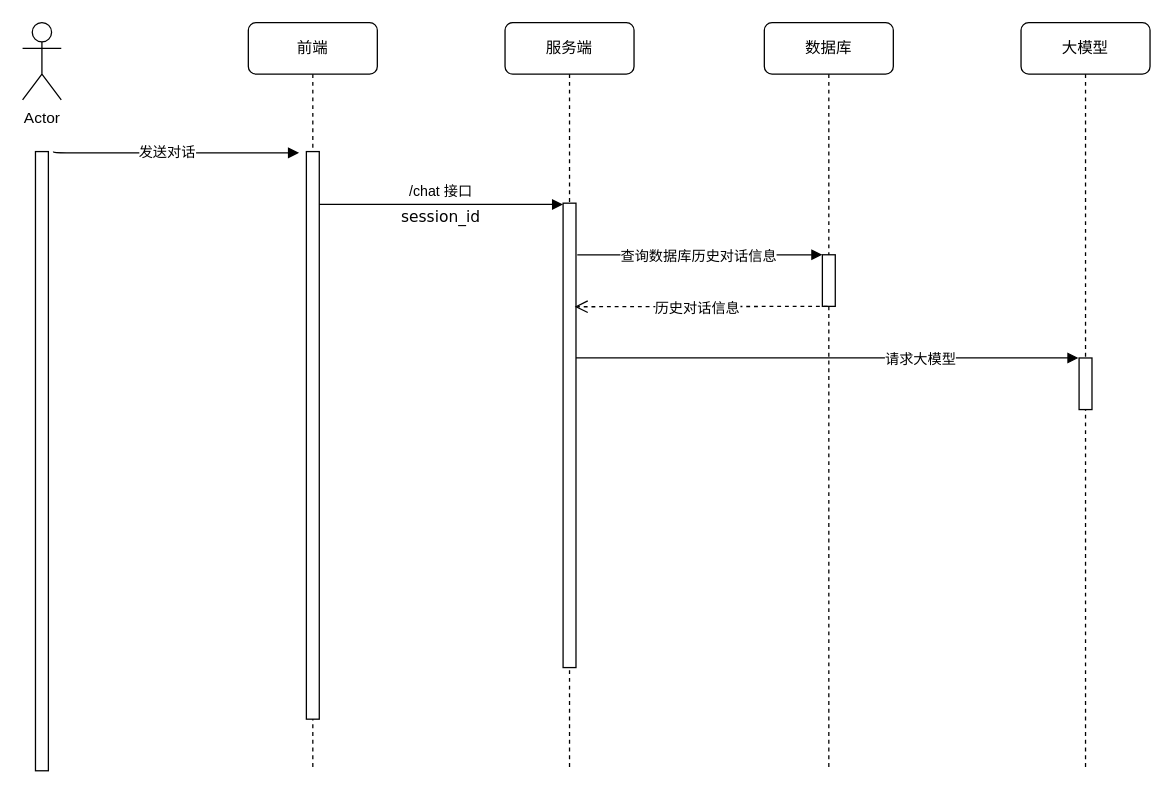
Before: agent-用户对话时序图.drawio in huaxiaojilzg/workflow_draw, a draw.io diagram. Source tidied: cells renumbered, new cells numbered last; positions are measured from the earlier drawing's top-left corner, leaving out a move shared by most shapes. Both pictures are drawn from the tidied source at 129%, with x=0, y=0 at pixel (22, 22).
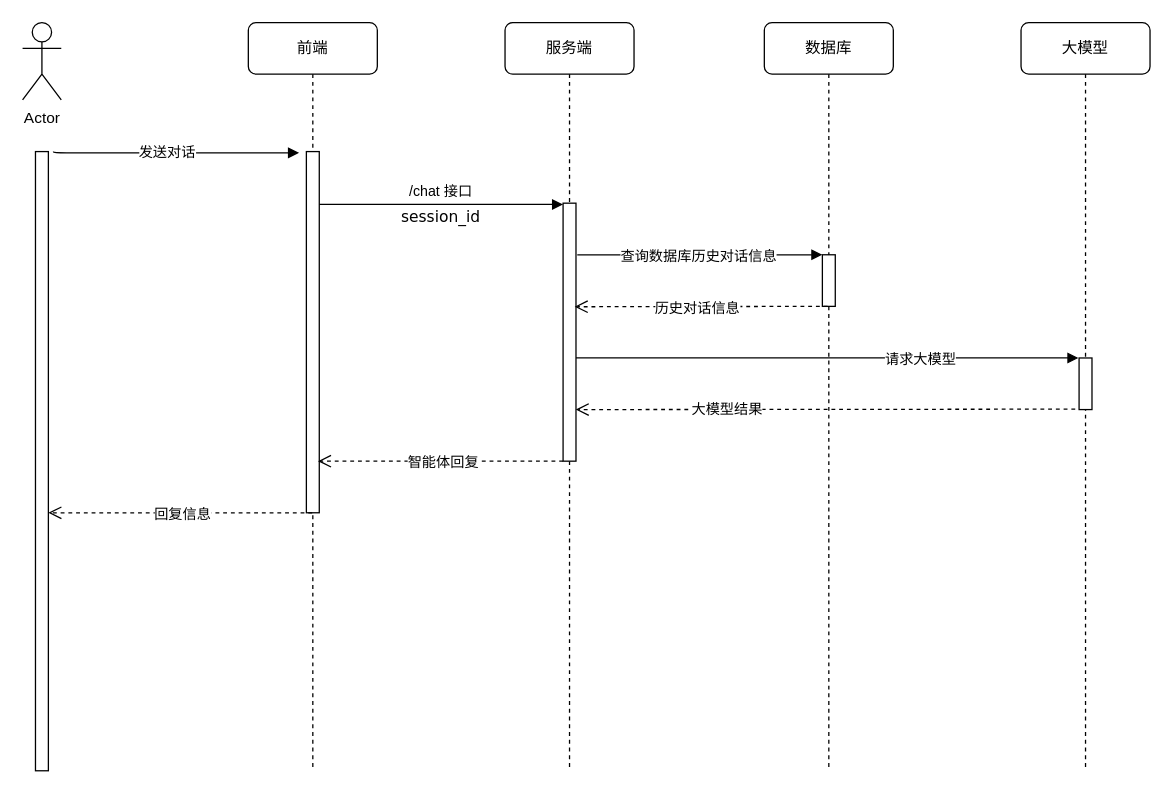
The same page after the edit.

Commit message (it also covers changes not shown here):
更新agent-用户对话时序图.drawio

The change refers to these unchanged cells:
```xml
<mxCell id="2" value="服务端" style="shape=umlLifeline;perimeter=lifelinePerimeter;whiteSpace=wrap;html=1;rounded=1;shadow=0;comic=0;labelBackgroundColor=none;strokeWidth=1;fontFamily=Verdana;fontSize=12;align=center;" parent="1" vertex="1">
  <mxGeometry x="374" width="100" height="580" as="geometry" />
</mxCell>
<mxCell id="12" value="前端" style="shape=umlLifeline;perimeter=lifelinePerimeter;whiteSpace=wrap;html=1;outlineConnect=0;rounded=1;shadow=0;comic=0;labelBackgroundColor=none;strokeWidth=1;fontFamily=Verdana;fontSize=12;align=center;" parent="1" vertex="1">
  <mxGeometry x="175" width="100" height="580" as="geometry" />
</mxCell>
<mxCell id="14" value="数据库" style="shape=umlLifeline;perimeter=lifelinePerimeter;whiteSpace=wrap;html=1;rounded=1;shadow=0;comic=0;labelBackgroundColor=none;strokeWidth=1;fontFamily=Verdana;fontSize=12;align=center;" parent="1" vertex="1">
  <mxGeometry x="575" width="100" height="580" as="geometry" />
</mxCell>
<mxCell id="21" style="html=1;points=[];perimeter=orthogonalPerimeter;rounded=0;shadow=0;comic=0;labelBackgroundColor=none;strokeWidth=1;fontFamily=Verdana;fontSize=12;align=center;" parent="20" vertex="1">
  <mxGeometry x="45" y="260" width="10" height="40" as="geometry" />
</mxCell>
```

Change to the diagram source:
```diff
@@
     <mxCell id="5" style="html=1;perimeter=orthogonalPerimeter;rounded=0;shadow=0;comic=0;labelBackgroundColor=none;strokeWidth=1;fontFamily=Verdana;fontSize=12;align=center;" parent="2" vertex="1">
-      <mxGeometry x="45" y="140" width="10" height="360" as="geometry" />
+      <mxGeometry x="45" y="140" width="10" height="200" as="geometry" />
     </mxCell>
@@
     <mxCell id="13" style="html=1;perimeter=orthogonalPerimeter;rounded=0;shadow=0;comic=0;labelBackgroundColor=none;strokeWidth=1;fontFamily=Verdana;fontSize=12;align=center;" parent="12" vertex="1">
-      <mxGeometry x="45" y="100" width="10" height="440" as="geometry" />
+      <mxGeometry x="45" y="100" width="10" height="280" as="geometry" />
     </mxCell>
@@
+    <mxCell id="22" style="html=1;verticalAlign=bottom;endArrow=open;dashed=1;endSize=8;labelBackgroundColor=none;fontFamily=Verdana;fontSize=12;exitX=-0.299;exitY=0.992;exitDx=0;exitDy=0;exitPerimeter=0;" parent="14" edge="1" source="21">
+      <mxGeometry x="-0.18" y="50" relative="1" as="geometry">
+        <mxPoint x="-146.2" y="300" as="targetPoint" />
+      </mxGeometry>
+    </mxCell>
+    <mxCell id="23" value="大模型结果" style="edgeLabel;html=1;align=center;verticalAlign=middle;" parent="22" vertex="1">
+      <mxGeometry x="0.04" y="1" relative="1" as="geometry">
+        <mxPoint x="-70" y="-1" as="offset" />
+      </mxGeometry>
+    </mxCell>
@@
+    <mxCell id="24" style="html=1;verticalAlign=bottom;endArrow=open;dashed=1;endSize=8;labelBackgroundColor=none;fontFamily=Verdana;fontSize=12;" parent="1" edge="1">
+      <mxGeometry x="-0.18" y="50" relative="1" as="geometry">
+        <mxPoint x="419" y="340" as="sourcePoint" />
+        <mxPoint x="229" y="340" as="targetPoint" />
+      </mxGeometry>
+    </mxCell>
+    <mxCell id="25" value="智能体回复" style="edgeLabel;html=1;align=center;verticalAlign=middle;" parent="24" vertex="1">
+      <mxGeometry x="0.04" y="1" relative="1" as="geometry">
+        <mxPoint x="5" y="-1" as="offset" />
+      </mxGeometry>
+    </mxCell>
+    <mxCell id="26" style="html=1;verticalAlign=bottom;endArrow=open;dashed=1;endSize=8;labelBackgroundColor=none;fontFamily=Verdana;fontSize=12;" parent="1" edge="1" source="12">
+      <mxGeometry x="-0.18" y="50" relative="1" as="geometry">
+        <mxPoint x="20" y="380" as="targetPoint" />
+      </mxGeometry>
+    </mxCell>
+    <mxCell id="27" value="回复信息" style="edgeLabel;html=1;align=center;verticalAlign=middle;" parent="26" vertex="1">
+      <mxGeometry x="0.04" y="1" relative="1" as="geometry">
+        <mxPoint x="5" y="-1" as="offset" />
+      </mxGeometry>
+    </mxCell>
```
